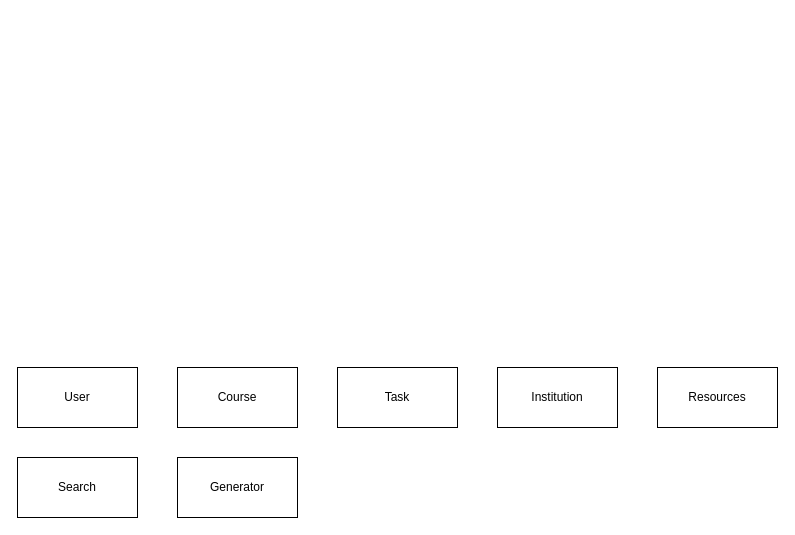
Apollo-LW/Apollo-LW keeps this draw.io diagram as diagrams/db/DatabaseER.drawio. Above is the earlier version. Source tidied: cells renumbered, new cells numbered last; positions are measured from the earlier drawing's top-left corner, leaving out a move shared by most shapes. Both pictures are drawn from the tidied source at 100%, with x=0, y=0 at pixel (17, 367).
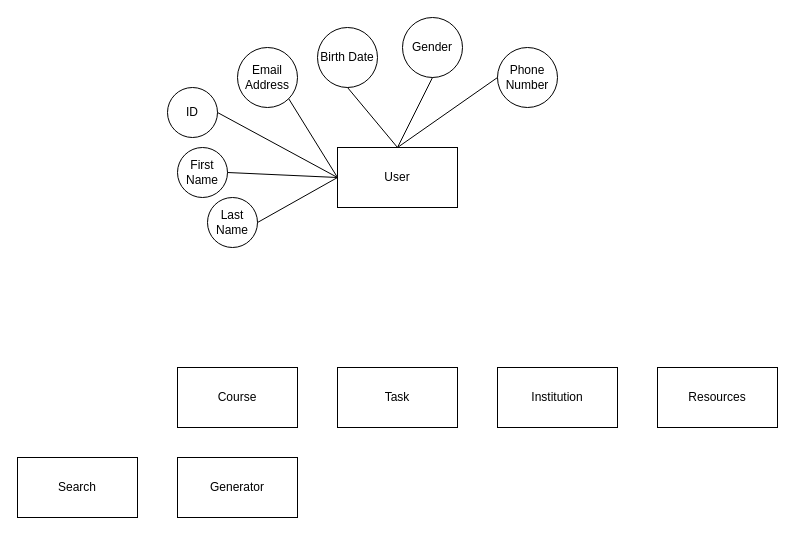
After the change.

Commit message:
Add user data model

Change to the diagram source:
```diff
@@
     <mxCell id="2" value="User" style="rounded=0;whiteSpace=wrap;html=1;" parent="1" vertex="1">
-      <mxGeometry width="120" height="60" as="geometry" />
+      <mxGeometry x="320" y="-220" width="120" height="60" as="geometry" />
     </mxCell>
@@
+    <mxCell id="9" value="ID" style="ellipse;whiteSpace=wrap;html=1;" parent="1" vertex="1">
+      <mxGeometry x="150" y="-280" width="50" height="50" as="geometry" />
+    </mxCell>
+    <mxCell id="10" value="First Name" style="ellipse;whiteSpace=wrap;html=1;" parent="1" vertex="1">
+      <mxGeometry x="160" y="-220" width="50" height="50" as="geometry" />
+    </mxCell>
+    <mxCell id="11" value="Last Name" style="ellipse;whiteSpace=wrap;html=1;" parent="1" vertex="1">
+      <mxGeometry x="190" y="-170" width="50" height="50" as="geometry" />
+    </mxCell>
+    <mxCell id="12" value="Email Address" style="ellipse;whiteSpace=wrap;html=1;" parent="1" vertex="1">
+      <mxGeometry x="220" y="-320" width="60" height="60" as="geometry" />
+    </mxCell>
+    <mxCell id="13" value="Phone Number" style="ellipse;whiteSpace=wrap;html=1;" parent="1" vertex="1">
+      <mxGeometry x="480" y="-320" width="60" height="60" as="geometry" />
+    </mxCell>
+    <mxCell id="14" value="Birth Date" style="ellipse;whiteSpace=wrap;html=1;" parent="1" vertex="1">
+      <mxGeometry x="300" y="-340" width="60" height="60" as="geometry" />
+    </mxCell>
+    <mxCell id="15" value="Gender" style="ellipse;whiteSpace=wrap;html=1;" parent="1" vertex="1">
+      <mxGeometry x="385" y="-350" width="60" height="60" as="geometry" />
+    </mxCell>
+    <mxCell id="16" style="endArrow=none;html=1;rounded=0;entryX=0;entryY=0.5;entryDx=0;entryDy=0;exitX=1;exitY=1;exitDx=0;exitDy=0;" parent="1" edge="1" source="12" target="2">
+      <mxGeometry relative="1" as="geometry" />
+    </mxCell>
+    <mxCell id="17" style="endArrow=none;html=1;rounded=0;entryX=0;entryY=0.5;entryDx=0;entryDy=0;exitX=1;exitY=0.5;exitDx=0;exitDy=0;" parent="1" edge="1" source="9" target="2">
+      <mxGeometry relative="1" as="geometry" />
+    </mxCell>
+    <mxCell id="18" style="endArrow=none;html=1;rounded=0;exitX=1;exitY=0.5;exitDx=0;exitDy=0;entryX=0;entryY=0.5;entryDx=0;entryDy=0;" parent="1" edge="1" source="10" target="2">
+      <mxGeometry relative="1" as="geometry" />
+    </mxCell>
+    <mxCell id="19" style="endArrow=none;html=1;rounded=0;exitX=1;exitY=0.5;exitDx=0;exitDy=0;entryX=0;entryY=0.5;entryDx=0;entryDy=0;" parent="1" edge="1" source="11" target="2">
+      <mxGeometry relative="1" as="geometry" />
+    </mxCell>
+    <mxCell id="20" style="endArrow=none;html=1;rounded=0;entryX=0.5;entryY=0;entryDx=0;entryDy=0;exitX=0.5;exitY=1;exitDx=0;exitDy=0;" parent="1" edge="1" source="14" target="2">
+      <mxGeometry relative="1" as="geometry" />
+    </mxCell>
+    <mxCell id="21" style="endArrow=none;html=1;rounded=0;entryX=0.5;entryY=0;entryDx=0;entryDy=0;exitX=0.5;exitY=1;exitDx=0;exitDy=0;" parent="1" edge="1" source="15" target="2">
+      <mxGeometry relative="1" as="geometry" />
+    </mxCell>
+    <mxCell id="22" style="endArrow=none;html=1;rounded=0;entryX=0.5;entryY=0;entryDx=0;entryDy=0;exitX=0;exitY=0.5;exitDx=0;exitDy=0;" parent="1" edge="1" source="13" target="2">
+      <mxGeometry relative="1" as="geometry" />
+    </mxCell>
```
